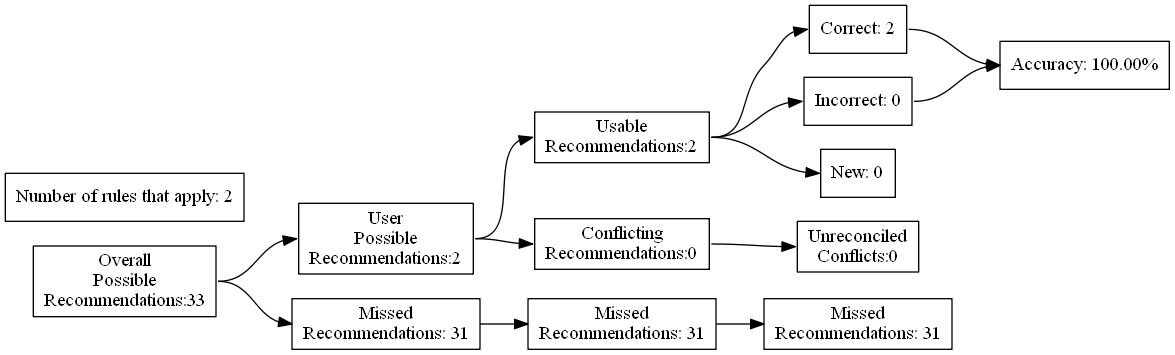
The Graphviz diagram test_renders/86.gv.png in ZaxR/ibd_diet_analysis, before a commit. Its source is kept beside it as test_renders/86.gv.
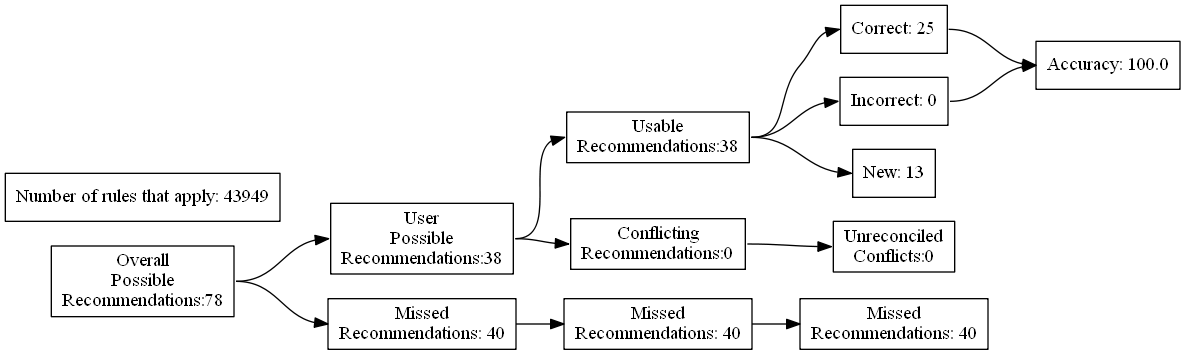
Above is the later version.

Change to the diagram source:
```diff
@@ -4,27 +4,27 @@
 	edge [headport=w tailport=e]
 		A [label="Overall
 Possible
-Recommendations:33"]
+Recommendations:78"]
 		B [label="User
 Possible
-Recommendations:2"]
+Recommendations:38"]
 		C [label="Missed
-Recommendations: 31"]
+Recommendations: 40"]
 		D [label="Usable
-Recommendations:2"]
+Recommendations:38"]
 		E [label="Conflicting
 Recommendations:0"]
 		J [label="Missed
-Recommendations: 31"]
+Recommendations: 40"]
 		M [label="Unreconciled
 Conflicts:0"]
-		F [label="Correct: 2"]
+		F [label="Correct: 25"]
 		G [label="Incorrect: 0"]
-		H [label="New: 0"]
+		H [label="New: 13"]
 		K [label="Missed
-Recommendations: 31"]
-		I [label="Accuracy: 100.00%"]
-		l [label="Number of rules that apply: 2"]
+Recommendations: 40"]
+		I [label="Accuracy: 100.0"]
+		l [label="Number of rules that apply: 43949"]
 			A -> B
 			A -> C
 			B -> D
```
